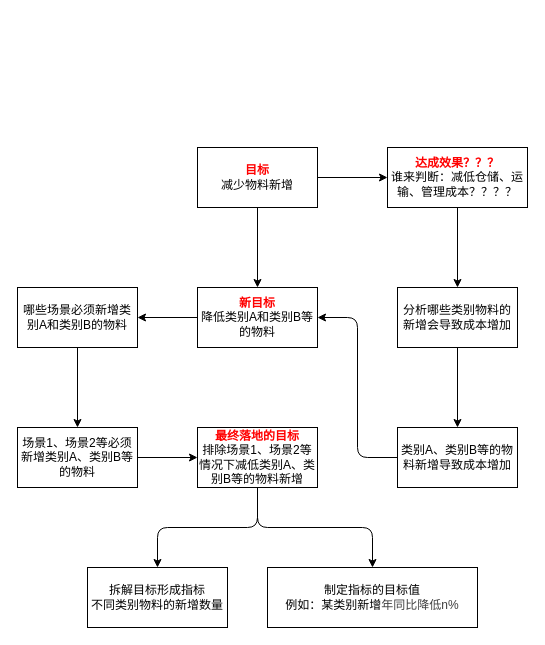
Earlier version of the draw.io diagram page "目标拆解与指标确定" (3 of 4) of 指标制定流程.drawio (fxfng/hello-world). Source tidied: cells renumbered, new cells numbered last; positions are measured from the earlier drawing's top-left corner, leaving out a move shared by most shapes. Both pictures are drawn from the tidied source at 100%, with x=0, y=0 at pixel (17, 147).
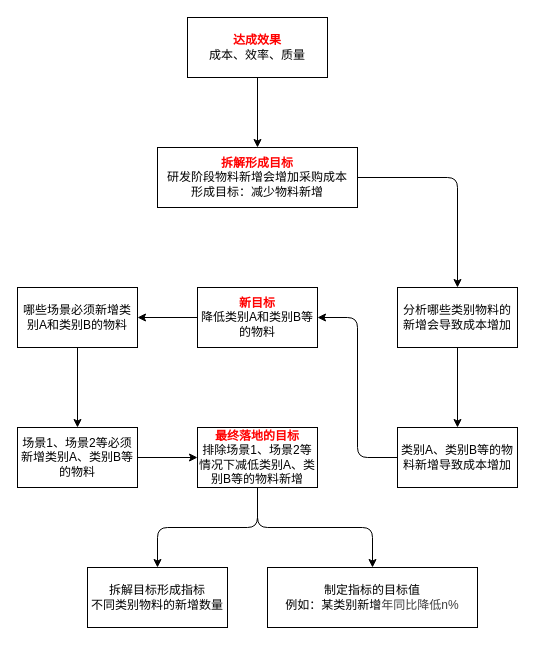
The same diagram, later.

Unchanged cells that the change refers to:
```xml
<mxCell id="6" value="&lt;b&gt;&lt;font style=&quot;color: rgb(255, 0, 0);&quot;&gt;新目标&lt;/font&gt;&lt;/b&gt;&lt;div&gt;降低类别A和类别B等的物料&lt;/div&gt;" style="whiteSpace=wrap;html=1;rounded=0;" parent="1" vertex="1">
  <mxGeometry x="180" y="140" width="120" height="60" as="geometry" />
</mxCell>
<mxCell id="10" value="分析哪些类别物料的新增会导致成本增加" style="whiteSpace=wrap;html=1;rounded=0;" parent="1" vertex="1">
  <mxGeometry x="380" y="140" width="120" height="60" as="geometry" />
</mxCell>
```

Diff of the diagram source:
```diff
@@
-    <mxCell id="2" style="edgeStyle=none;html=1;" parent="1" edge="1" source="4" target="6">
-      <mxGeometry relative="1" as="geometry" />
-    </mxCell>
-    <mxCell id="3" style="edgeStyle=none;html=1;" parent="1" edge="1" source="4" target="8">
-      <mxGeometry relative="1" as="geometry" />
-    </mxCell>
+    <mxCell id="22" style="edgeStyle=orthogonalEdgeStyle;html=1;exitX=1;exitY=0.5;exitDx=0;exitDy=0;entryX=0.5;entryY=0;entryDx=0;entryDy=0;" parent="1" edge="1" source="4" target="10">
+      <mxGeometry relative="1" as="geometry" />
+    </mxCell>
-    <mxCell id="4" value="&lt;b&gt;&lt;font style=&quot;color: rgb(255, 0, 0);&quot;&gt;目标&lt;/font&gt;&lt;/b&gt;&lt;div&gt;减少物料新增&lt;/div&gt;" style="rounded=0;whiteSpace=wrap;html=1;" parent="1" vertex="1">
-      <mxGeometry x="180" width="120" height="60" as="geometry" />
+    <mxCell id="4" value="&lt;b&gt;&lt;font style=&quot;color: rgb(255, 0, 0);&quot;&gt;拆解形成目标&lt;/font&gt;&lt;/b&gt;&lt;div&gt;研发阶段物料新增会增加采购成本&lt;/div&gt;&lt;div&gt;形成目标：减少物料新增&lt;/div&gt;" style="rounded=0;whiteSpace=wrap;html=1;" parent="1" vertex="1">
+      <mxGeometry x="140" width="200" height="60" as="geometry" />
     </mxCell>
@@
-    <mxCell id="7" style="edgeStyle=none;html=1;" parent="1" edge="1" source="8" target="10">
-      <mxGeometry relative="1" as="geometry" />
-    </mxCell>
+    <mxCell id="23" style="edgeStyle=none;html=1;" parent="1" edge="1" source="8" target="4">
+      <mxGeometry relative="1" as="geometry" />
+    </mxCell>
-    <mxCell id="8" value="&lt;b&gt;&lt;font style=&quot;color: rgb(255, 0, 0);&quot;&gt;达成效果？？？&lt;/font&gt;&lt;/b&gt;&lt;div&gt;谁来判断：减低仓储、运输、管理成本？？？？&lt;/div&gt;" style="whiteSpace=wrap;html=1;rounded=0;" parent="1" vertex="1">
-      <mxGeometry x="370" width="140" height="60" as="geometry" />
+    <mxCell id="8" value="&lt;b&gt;&lt;font style=&quot;color: rgb(255, 0, 0);&quot;&gt;达成效果&lt;/font&gt;&lt;/b&gt;&lt;div&gt;成本、效率、质量&lt;/div&gt;" style="whiteSpace=wrap;html=1;rounded=0;" parent="1" vertex="1">
+      <mxGeometry x="170" y="-130" width="140" height="60" as="geometry" />
     </mxCell>
```
